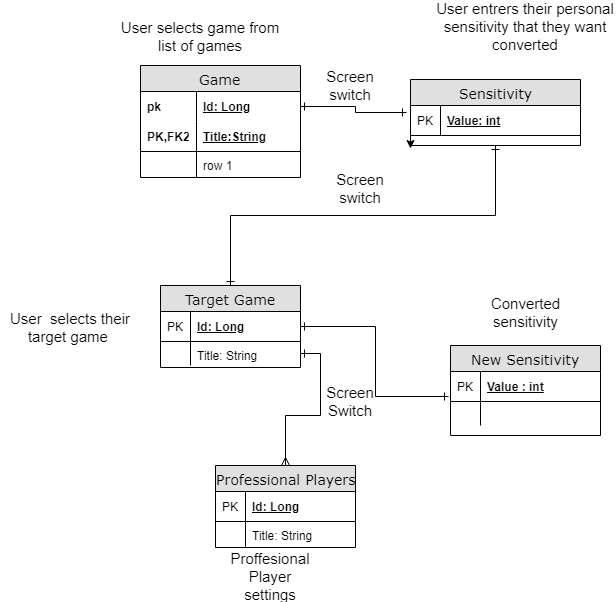
The draw.io diagram docs/ERD.png in JohnvBailey/EzSpecs, before a commit. Source tidied: cells renumbered, new cells last; positions are measured from the earlier drawing's top-left corner, leaving out a move shared by most shapes. The source it was exported from:
```xml
<mxGraphModel background="#ffffff">
  <root>
    <mxCell id="0" />
    <mxCell id="1" parent="0" />
    <mxCell id="2" value="Game" style="swimlane;html=1;fontStyle=0;horizontal=1;startSize=26;fillColor=#e0e0e0;swimlaneFillColor=#ffffff;align=center;rounded=0;shadow=0;comic=0;labelBackgroundColor=none;strokeColor=#000000;strokeWidth=1;fontFamily=Verdana;fontSize=14;fontColor=#000000;" parent="1" vertex="1">
      <mxGeometry x="140" y="50" width="160" height="112" as="geometry" />
    </mxCell>
    <mxCell id="3" value="Id: Long" style="shape=partialRectangle;top=0;left=0;right=0;bottom=0;html=1;align=left;verticalAlign=middle;fillColor=none;spacingLeft=60;spacingRight=4;whiteSpace=wrap;overflow=hidden;points=[[0,0.5],[1,0.5]];portConstraint=eastwest;fontStyle=5;" parent="2" vertex="1">
      <mxGeometry y="26" width="160" height="30" as="geometry" />
    </mxCell>
    <mxCell id="4" value="pk" style="shape=partialRectangle;fontStyle=1;top=0;left=0;bottom=0;html=1;fillColor=none;align=left;verticalAlign=middle;spacingLeft=4;spacingRight=4;whiteSpace=wrap;overflow=hidden;" parent="3" vertex="1">
      <mxGeometry width="56" height="30" as="geometry" />
    </mxCell>
    <mxCell id="5" value="Title:String" style="shape=partialRectangle;top=0;left=0;right=0;bottom=1;html=1;align=left;verticalAlign=middle;fillColor=none;spacingLeft=60;spacingRight=4;whiteSpace=wrap;overflow=hidden;fontStyle=5;" parent="2" vertex="1">
      <mxGeometry y="56" width="160" height="30" as="geometry" />
    </mxCell>
    <mxCell id="6" value="PK,FK2" style="shape=partialRectangle;fontStyle=1;top=0;left=0;bottom=0;html=1;fillColor=none;align=left;verticalAlign=middle;spacingLeft=4;spacingRight=4;whiteSpace=wrap;overflow=hidden;" parent="5" vertex="1">
      <mxGeometry width="56" height="30" as="geometry" />
    </mxCell>
    <mxCell id="7" value="row 1" style="shape=partialRectangle;top=0;left=0;right=0;bottom=0;html=1;align=left;verticalAlign=top;fillColor=none;spacingLeft=60;spacingRight=4;whiteSpace=wrap;overflow=hidden;" parent="2" vertex="1">
      <mxGeometry y="86" width="160" height="26" as="geometry" />
    </mxCell>
    <mxCell id="8" style="shape=partialRectangle;top=0;left=0;bottom=0;html=1;fillColor=none;align=left;verticalAlign=top;spacingLeft=4;spacingRight=4;whiteSpace=wrap;overflow=hidden;" parent="7" vertex="1">
      <mxGeometry width="56" height="26" as="geometry" />
    </mxCell>
    <mxCell id="9" style="edgeStyle=orthogonalEdgeStyle;rounded=0;jettySize=auto;html=1;exitX=0.5;exitY=1;exitDx=0;exitDy=0;entryX=0.5;entryY=0;entryDx=0;entryDy=0;startArrow=ERone;startFill=0;endArrow=ERone;endFill=0;" parent="1" edge="1" source="10" target="14">
      <mxGeometry relative="1" as="geometry" />
    </mxCell>
    <mxCell id="10" value="Sensitivity" style="swimlane;html=1;fontStyle=0;horizontal=1;startSize=26;fillColor=#e0e0e0;swimlaneFillColor=#ffffff;align=center;rounded=0;shadow=0;comic=0;labelBackgroundColor=none;strokeColor=#000000;strokeWidth=1;fontFamily=Verdana;fontSize=14;fontColor=#000000;swimlaneLine=1;" parent="1" vertex="1">
      <mxGeometry x="410" y="64" width="170" height="66" as="geometry" />
    </mxCell>
    <mxCell id="11" value="Value: int" style="shape=partialRectangle;top=0;left=0;right=0;bottom=1;html=1;align=left;verticalAlign=middle;fillColor=none;spacingLeft=34;spacingRight=4;whiteSpace=wrap;overflow=hidden;points=[[0,0.5],[1,0.5]];portConstraint=eastwest;fontStyle=5;" parent="10" vertex="1">
      <mxGeometry y="26" width="170" height="30" as="geometry" />
    </mxCell>
    <mxCell id="12" value="PK" style="shape=partialRectangle;top=0;left=0;bottom=0;html=1;fillColor=none;align=left;verticalAlign=middle;spacingLeft=4;spacingRight=4;whiteSpace=wrap;overflow=hidden;" parent="11" vertex="1">
      <mxGeometry width="30" height="30" as="geometry" />
    </mxCell>
    <mxCell id="13" style="edgeStyle=orthogonalEdgeStyle;rounded=0;orthogonalLoop=1;jettySize=auto;html=1;exitX=0;exitY=0.5;exitDx=0;exitDy=0;entryX=0;entryY=0.5;entryDx=0;entryDy=0;" parent="10" edge="1">
      <mxGeometry relative="1" as="geometry">
        <mxPoint y="61" as="sourcePoint" />
        <mxPoint y="69" as="targetPoint" />
      </mxGeometry>
    </mxCell>
    <mxCell id="14" value="Target Game" style="swimlane;html=1;fontStyle=0;horizontal=1;startSize=26;fillColor=#e0e0e0;swimlaneFillColor=#ffffff;align=center;rounded=0;shadow=0;comic=0;labelBackgroundColor=none;strokeColor=#000000;strokeWidth=1;fontFamily=Verdana;fontSize=14;fontColor=#000000;" parent="1" vertex="1">
      <mxGeometry x="160" y="270" width="140" height="82" as="geometry" />
    </mxCell>
    <mxCell id="15" value="Id: Long" style="shape=partialRectangle;top=0;left=0;right=0;bottom=1;html=1;align=left;verticalAlign=middle;fillColor=none;spacingLeft=34;spacingRight=4;whiteSpace=wrap;overflow=hidden;points=[[0,0.5],[1,0.5]];portConstraint=eastwest;fontStyle=5;" parent="14" vertex="1">
      <mxGeometry y="26" width="140" height="30" as="geometry" />
    </mxCell>
    <mxCell id="16" value="PK" style="shape=partialRectangle;top=0;left=0;bottom=0;html=1;fillColor=none;align=left;verticalAlign=middle;spacingLeft=4;spacingRight=4;whiteSpace=wrap;overflow=hidden;" parent="15" vertex="1">
      <mxGeometry width="30" height="30" as="geometry" />
    </mxCell>
    <mxCell id="17" value="Title: String" style="shape=partialRectangle;top=0;left=0;right=0;bottom=0;html=1;align=left;verticalAlign=top;fillColor=none;spacingLeft=34;spacingRight=4;whiteSpace=wrap;overflow=hidden;points=[[0,0.5],[1,0.5]];portConstraint=eastwest;" parent="14" vertex="1">
      <mxGeometry y="56" width="140" height="24" as="geometry" />
    </mxCell>
    <mxCell id="18" style="shape=partialRectangle;top=0;left=0;bottom=0;html=1;fillColor=none;align=left;verticalAlign=top;spacingLeft=4;spacingRight=4;whiteSpace=wrap;overflow=hidden;" parent="17" vertex="1">
      <mxGeometry width="30" height="24" as="geometry" />
    </mxCell>
    <mxCell id="19" style="edgeStyle=orthogonalEdgeStyle;rounded=0;jettySize=auto;html=1;entryX=-0.022;entryY=0.233;entryDx=0;entryDy=0;entryPerimeter=0;startArrow=ERone;startFill=0;endArrow=ERone;endFill=0;" parent="1" edge="1" source="3" target="11">
      <mxGeometry relative="1" as="geometry" />
    </mxCell>
    <mxCell id="20" value="New Sensitivity" style="swimlane;html=1;fontStyle=0;horizontal=1;startSize=26;fillColor=#e0e0e0;swimlaneFillColor=#ffffff;align=center;rounded=0;shadow=0;comic=0;labelBackgroundColor=none;strokeColor=#000000;strokeWidth=1;fontFamily=Verdana;fontSize=14;fontColor=#000000;" parent="1" vertex="1">
      <mxGeometry x="450" y="330" width="150" height="90" as="geometry" />
    </mxCell>
    <mxCell id="21" value="Value : int" style="shape=partialRectangle;top=0;left=0;right=0;bottom=1;html=1;align=left;verticalAlign=middle;fillColor=none;spacingLeft=34;spacingRight=4;whiteSpace=wrap;overflow=hidden;points=[[0,0.5],[1,0.5]];portConstraint=eastwest;fontStyle=5;" parent="20" vertex="1">
      <mxGeometry y="26" width="150" height="30" as="geometry" />
    </mxCell>
    <mxCell id="22" value="PK" style="shape=partialRectangle;top=0;left=0;bottom=0;html=1;fillColor=none;align=left;verticalAlign=middle;spacingLeft=4;spacingRight=4;whiteSpace=wrap;overflow=hidden;" parent="21" vertex="1">
      <mxGeometry width="30" height="30" as="geometry" />
    </mxCell>
    <mxCell id="23" style="shape=partialRectangle;top=0;left=0;right=0;bottom=0;html=1;align=left;verticalAlign=top;fillColor=none;spacingLeft=34;spacingRight=4;whiteSpace=wrap;overflow=hidden;" parent="20" vertex="1">
      <mxGeometry y="56" width="150" height="24" as="geometry" />
    </mxCell>
    <mxCell id="24" style="shape=partialRectangle;top=0;left=0;bottom=0;html=1;fillColor=none;align=left;verticalAlign=top;spacingLeft=4;spacingRight=4;whiteSpace=wrap;overflow=hidden;" parent="23" vertex="1">
      <mxGeometry width="30" height="24" as="geometry" />
    </mxCell>
    <mxCell id="25" style="edgeStyle=orthogonalEdgeStyle;rounded=0;jettySize=auto;html=1;entryX=-0.016;entryY=0.833;entryDx=0;entryDy=0;entryPerimeter=0;startArrow=ERone;startFill=0;endArrow=ERone;endFill=0;" parent="1" edge="1" source="15" target="21">
      <mxGeometry relative="1" as="geometry" />
    </mxCell>
    <mxCell id="26" value="Professional Players" style="swimlane;html=1;fontStyle=0;horizontal=1;startSize=26;fillColor=#e0e0e0;swimlaneFillColor=#ffffff;align=center;rounded=0;shadow=0;comic=0;labelBackgroundColor=none;strokeColor=#000000;strokeWidth=1;fontFamily=Verdana;fontSize=14;fontColor=#000000;" parent="1" vertex="1">
      <mxGeometry x="215" y="450" width="140" height="82" as="geometry" />
    </mxCell>
    <mxCell id="27" value="Id: Long" style="shape=partialRectangle;top=0;left=0;right=0;bottom=1;html=1;align=left;verticalAlign=middle;fillColor=none;spacingLeft=34;spacingRight=4;whiteSpace=wrap;overflow=hidden;fontStyle=5;" parent="26" vertex="1">
      <mxGeometry y="26" width="140" height="30" as="geometry" />
    </mxCell>
    <mxCell id="28" value="PK" style="shape=partialRectangle;top=0;left=0;bottom=0;html=1;fillColor=none;align=left;verticalAlign=middle;spacingLeft=4;spacingRight=4;whiteSpace=wrap;overflow=hidden;" parent="27" vertex="1">
      <mxGeometry width="30" height="30" as="geometry" />
    </mxCell>
    <mxCell id="29" value="Title: String" style="shape=partialRectangle;top=0;left=0;right=0;bottom=0;html=1;align=left;verticalAlign=top;fillColor=none;spacingLeft=34;spacingRight=4;whiteSpace=wrap;overflow=hidden;" parent="26" vertex="1">
      <mxGeometry y="56" width="140" height="26" as="geometry" />
    </mxCell>
    <mxCell id="30" style="shape=partialRectangle;top=0;left=0;bottom=0;html=1;fillColor=none;align=left;verticalAlign=top;spacingLeft=4;spacingRight=4;whiteSpace=wrap;overflow=hidden;" parent="29" vertex="1">
      <mxGeometry width="30" height="26" as="geometry" />
    </mxCell>
    <mxCell id="31" style="edgeStyle=orthogonalEdgeStyle;rounded=0;jettySize=auto;html=1;startArrow=ERone;startFill=0;endArrow=ERmany;endFill=0;" parent="1" edge="1" source="17" target="26">
      <mxGeometry relative="1" as="geometry" />
    </mxCell>
    <mxCell id="32" value="User selects game from list of games" style="text;html=1;strokeColor=none;fillColor=none;align=center;verticalAlign=middle;whiteSpace=wrap;rounded=0;fontSize=15;" parent="1" vertex="1">
      <mxGeometry x="110" y="10" width="180" height="20" as="geometry" />
    </mxCell>
    <mxCell id="33" value="Screen switch" style="text;html=1;strokeColor=none;fillColor=none;align=center;verticalAlign=middle;whiteSpace=wrap;rounded=0;fontSize=15;" parent="1" vertex="1">
      <mxGeometry x="330" y="59.8" width="40" height="20" as="geometry" />
    </mxCell>
    <mxCell id="34" value="User entrers their personal sensitivity that they want converted" style="text;html=1;strokeColor=none;fillColor=none;align=center;verticalAlign=middle;whiteSpace=wrap;rounded=0;fontSize=15;" parent="1" vertex="1">
      <mxGeometry x="435" y="0.1" width="180" height="20" as="geometry" />
    </mxCell>
    <mxCell id="35" value="Screen switch" style="text;html=1;strokeColor=none;fillColor=none;align=center;verticalAlign=middle;whiteSpace=wrap;rounded=0;fontSize=15;" parent="1" vertex="1">
      <mxGeometry x="340" y="162" width="40" height="20" as="geometry" />
    </mxCell>
    <mxCell id="36" value="User&amp;nbsp; selects their target game&amp;nbsp;" style="text;html=1;strokeColor=none;fillColor=none;align=center;verticalAlign=middle;whiteSpace=wrap;rounded=0;fontSize=15;" parent="1" vertex="1">
      <mxGeometry y="301" width="140" height="20" as="geometry" />
    </mxCell>
    <mxCell id="37" value="Screen Switch" style="text;html=1;strokeColor=none;fillColor=none;align=center;verticalAlign=middle;whiteSpace=wrap;rounded=0;fontSize=15;" parent="1" vertex="1">
      <mxGeometry x="330" y="375" width="40" height="20" as="geometry" />
    </mxCell>
    <mxCell id="38" value="Proffesional Player settings" style="text;html=1;strokeColor=none;fillColor=none;align=center;verticalAlign=middle;whiteSpace=wrap;rounded=0;fontSize=15;" parent="1" vertex="1">
      <mxGeometry x="250" y="550" width="40" height="20" as="geometry" />
    </mxCell>
    <mxCell id="39" value="Converted sensitivity" style="text;html=1;strokeColor=none;fillColor=none;align=center;verticalAlign=middle;whiteSpace=wrap;rounded=0;fontSize=15;" parent="1" vertex="1">
      <mxGeometry x="505" y="286" width="40" height="20" as="geometry" />
    </mxCell>
  </root>
</mxGraphModel>
```
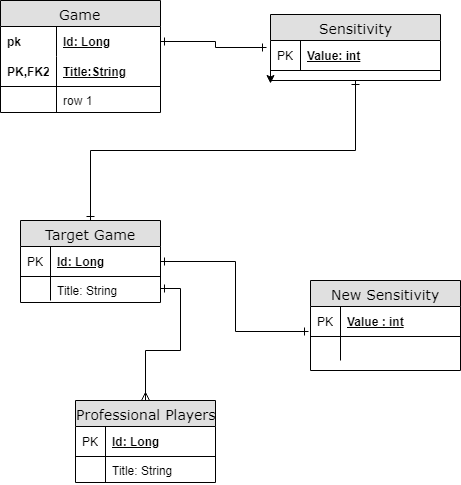
Above is the later version.

The edit, as a diff of the source:
```diff
@@ -95,29 +95,5 @@
     <mxCell id="31" style="edgeStyle=orthogonalEdgeStyle;rounded=0;jettySize=auto;html=1;startArrow=ERone;startFill=0;endArrow=ERmany;endFill=0;" parent="1" edge="1" source="17" target="26">
       <mxGeometry relative="1" as="geometry" />
     </mxCell>
-    <mxCell id="32" value="User selects game from list of games" style="text;html=1;strokeColor=none;fillColor=none;align=center;verticalAlign=middle;whiteSpace=wrap;rounded=0;fontSize=15;" parent="1" vertex="1">
-      <mxGeometry x="110" y="10" width="180" height="20" as="geometry" />
-    </mxCell>
-    <mxCell id="33" value="Screen switch" style="text;html=1;strokeColor=none;fillColor=none;align=center;verticalAlign=middle;whiteSpace=wrap;rounded=0;fontSize=15;" parent="1" vertex="1">
-      <mxGeometry x="330" y="59.8" width="40" height="20" as="geometry" />
-    </mxCell>
-    <mxCell id="34" value="User entrers their personal sensitivity that they want converted" style="text;html=1;strokeColor=none;fillColor=none;align=center;verticalAlign=middle;whiteSpace=wrap;rounded=0;fontSize=15;" parent="1" vertex="1">
-      <mxGeometry x="435" y="0.1" width="180" height="20" as="geometry" />
-    </mxCell>
-    <mxCell id="35" value="Screen switch" style="text;html=1;strokeColor=none;fillColor=none;align=center;verticalAlign=middle;whiteSpace=wrap;rounded=0;fontSize=15;" parent="1" vertex="1">
-      <mxGeometry x="340" y="162" width="40" height="20" as="geometry" />
-    </mxCell>
-    <mxCell id="36" value="User&amp;nbsp; selects their target game&amp;nbsp;" style="text;html=1;strokeColor=none;fillColor=none;align=center;verticalAlign=middle;whiteSpace=wrap;rounded=0;fontSize=15;" parent="1" vertex="1">
-      <mxGeometry y="301" width="140" height="20" as="geometry" />
-    </mxCell>
-    <mxCell id="37" value="Screen Switch" style="text;html=1;strokeColor=none;fillColor=none;align=center;verticalAlign=middle;whiteSpace=wrap;rounded=0;fontSize=15;" parent="1" vertex="1">
-      <mxGeometry x="330" y="375" width="40" height="20" as="geometry" />
-    </mxCell>
-    <mxCell id="38" value="Proffesional Player settings" style="text;html=1;strokeColor=none;fillColor=none;align=center;verticalAlign=middle;whiteSpace=wrap;rounded=0;fontSize=15;" parent="1" vertex="1">
-      <mxGeometry x="250" y="550" width="40" height="20" as="geometry" />
-    </mxCell>
-    <mxCell id="39" value="Converted sensitivity" style="text;html=1;strokeColor=none;fillColor=none;align=center;verticalAlign=middle;whiteSpace=wrap;rounded=0;fontSize=15;" parent="1" vertex="1">
-      <mxGeometry x="505" y="286" width="40" height="20" as="geometry" />
-    </mxCell>
   </root>
 </mxGraphModel>
```
